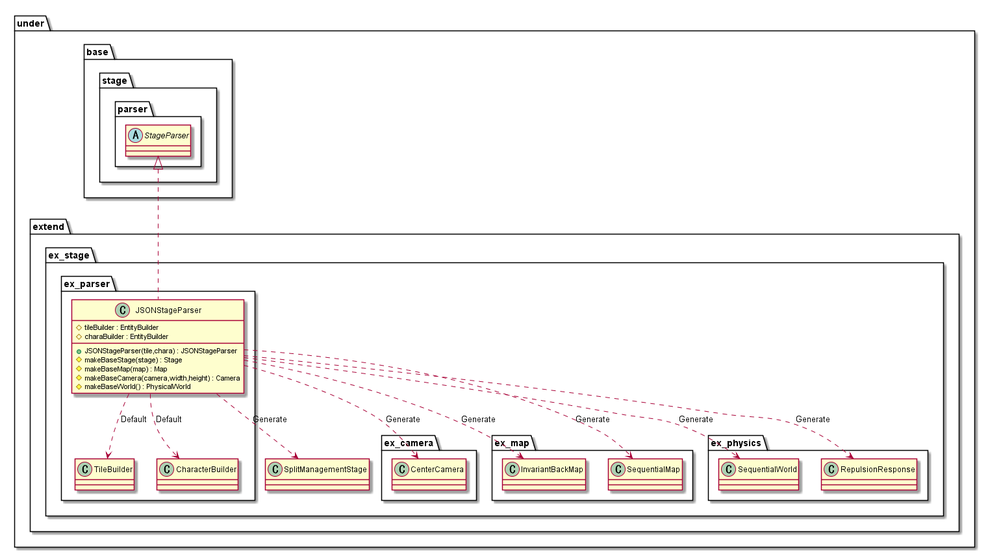
This is out/uml/parser/JSON/ParserJSON.png from Expine/Under, a PlantUML export, as it was before one commit.
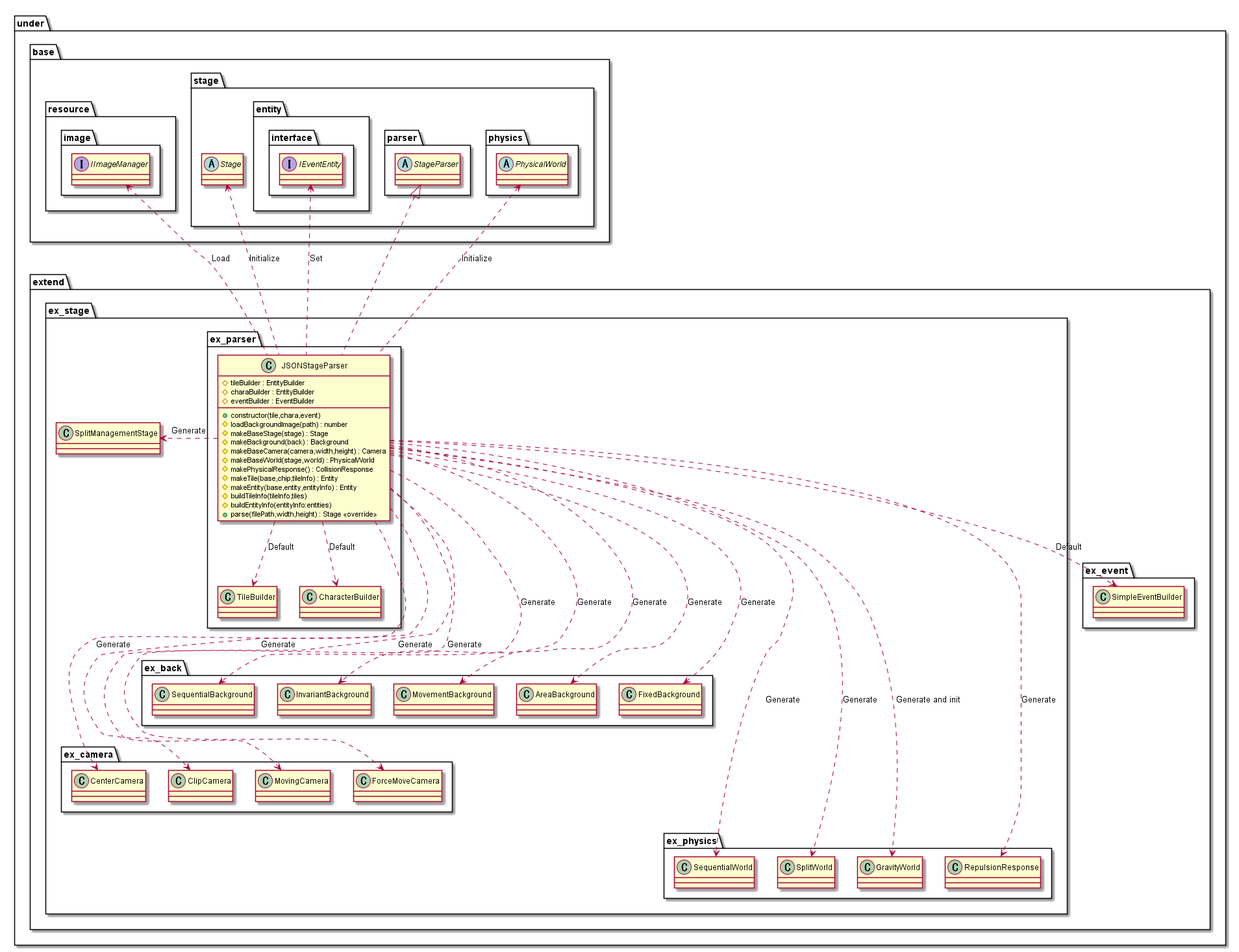
Above is the later version.

Change to the diagram source:
```diff
@@ -5,13 +5,21 @@
         package ex_stage {
             package ex_parser {
                 class JSONStageParser {
-                    +JSONStageParser(tile,chara) : JSONStageParser
+                    +constructor(tile,chara,event)
                     #tileBuilder : EntityBuilder
                     #charaBuilder : EntityBuilder
+                    #eventBuilder : EventBuilder
+                    #loadBackgroundImage(path) : number
                     #makeBaseStage(stage) : Stage
-                    #makeBaseMap(map) : Map
+                    #makeBackground(back) : Background
                     #makeBaseCamera(camera,width,height) : Camera
-                    #makeBaseWorld() : PhysicalWorld
+                    #makeBaseWorld(stage,world) : PhysicalWorld
+                    #makePhysicalResponse() : CollisionResponse
+                    #makeTile(base,chip,tileInfo) : Entity
+                    #makeEntity(base,entity,entityInfo) : Entity
+                    #buildTileInfo(tileInfo,tiles)
+                    #buildEntityInfo(entityInfo:entities)
+                    +parse(filePath,width,height) : Stage <<override>>
                 }
             }
         }
@@ -20,13 +28,30 @@
 
 package under {
     package base {
+        package resource {
+            package image {
+                interface IImageManager
+            }
+        }
         package stage {
+            abstract Stage
+            package entity {
+                package interface {
+                    interface IEventEntity
+                }
+            }
             package parser {
                 abstract StageParser
+            }
+            package physics {
+                abstract PhysicalWorld
             }
         }
     }
     package extend {
+        package ex_event {
+            class SimpleEventBuilder
+        }
         package ex_stage {
             class SplitManagementStage
             package ex_parser {
@@ -35,13 +60,21 @@
             }
             package ex_camera {
                 class CenterCamera
+                class ClipCamera
+                class MovingCamera
+                class ForceMoveCamera
             }
-            package ex_map {
-                class InvariantBackMap
-                class SequentialMap
+            package ex_back {
+                class SequentialBackground
+                class InvariantBackground
+                class MovementBackground
+                class AreaBackground
+                class FixedBackground
             }
             package ex_physics {
                 class SequentialWorld
+                class SplitWorld
+                class GravityWorld
                 class RepulsionResponse
             }
         }
@@ -49,15 +82,28 @@
     }
 }
 
-JSONStageParser ..> SplitManagementStage : Generate
-JSONStageParser ..> CenterCamera : Generate
-JSONStageParser ..> SequentialMap : Generate
-JSONStageParser ..> InvariantBackMap : Generate
-JSONStageParser ..> SequentialWorld : Generate
-JSONStageParser ..> RepulsionResponse : Generate
+JSONStageParser .> SplitManagementStage : Generate
+JSONStageParser ...> SequentialBackground : Generate
+JSONStageParser ...> InvariantBackground : Generate
+JSONStageParser ...> MovementBackground : Generate
+JSONStageParser ...> AreaBackground : Generate
+JSONStageParser ...> FixedBackground : Generate
+JSONStageParser ....> CenterCamera : Generate
+JSONStageParser ....> ClipCamera : Generate
+JSONStageParser ....> MovingCamera : Generate
+JSONStageParser ....> ForceMoveCamera : Generate
+JSONStageParser .....> SequentialWorld : Generate
+JSONStageParser .....> SplitWorld : Generate
+JSONStageParser .....> GravityWorld : Generate and init
+JSONStageParser .....> RepulsionResponse : Generate
+IImageManager <..  JSONStageParser: Load
+Stage <..  JSONStageParser: Initialize
+PhysicalWorld <..  JSONStageParser: Initialize
+IEventEntity <.. JSONStageParser : Set
 
-JSONStageParser ..> TileBuilder : "Default"
-JSONStageParser ..> CharacterBuilder : "Default"
+JSONStageParser ..> TileBuilder : Default
+JSONStageParser ..> CharacterBuilder : Default
+JSONStageParser ..> SimpleEventBuilder : Default
 
 StageParser <|.. JSONStageParser
 
```
